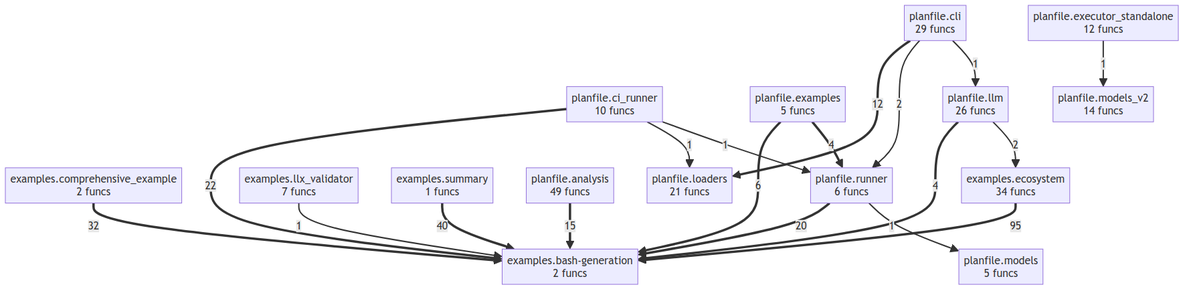
Above: project/compact_flow.png in semcod/planfile (Mermaid), before the change. Its source is kept beside it as project/compact_flow.mmd.
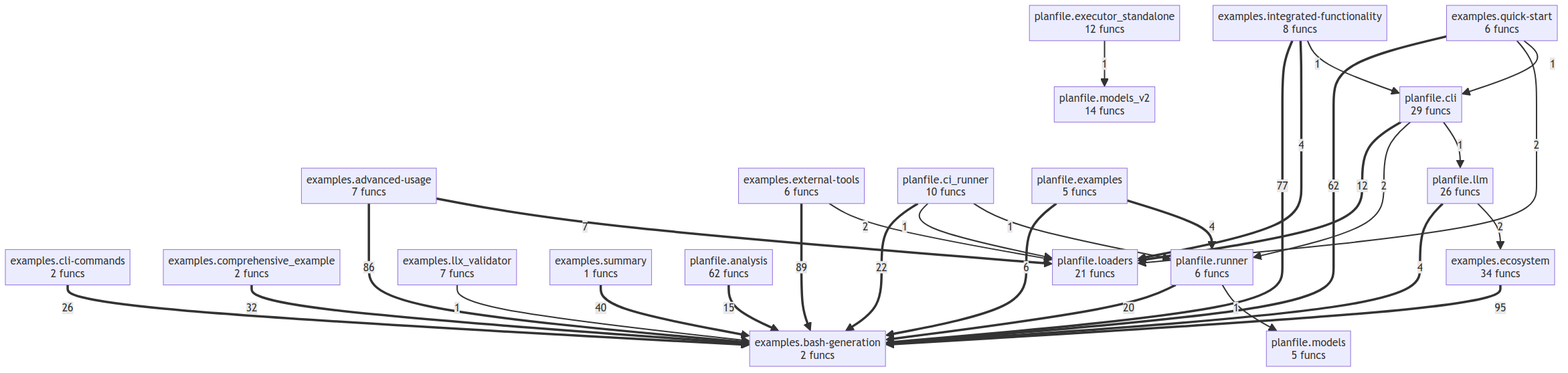
The same file after the commit.

Diff of the diagram source:
```diff
@@ -1,10 +1,15 @@
 flowchart TD
+    examples__advanced_usage["examples.advanced-usage<br/>7 funcs"]
     examples__bash_generation["examples.bash-generation<br/>2 funcs"]
+    examples__cli_commands["examples.cli-commands<br/>2 funcs"]
     examples__comprehensive_example["examples.comprehensive_example<br/>2 funcs"]
     examples__ecosystem["examples.ecosystem<br/>34 funcs"]
+    examples__external_tools["examples.external-tools<br/>6 funcs"]
+    examples__integrated_functionality["examples.integrated-functionality<br/>8 funcs"]
     examples__llx_validator["examples.llx_validator<br/>7 funcs"]
+    examples__quick_start["examples.quick-start<br/>6 funcs"]
     examples__summary["examples.summary<br/>1 funcs"]
-    planfile__analysis["planfile.analysis<br/>49 funcs"]
+    planfile__analysis["planfile.analysis<br/>62 funcs"]
     planfile__ci_runner["planfile.ci_runner<br/>10 funcs"]
     planfile__cli["planfile.cli<br/>29 funcs"]
     planfile__examples["planfile.examples<br/>5 funcs"]
@@ -15,20 +20,31 @@
     planfile__models_v2["planfile.models_v2<br/>14 funcs"]
     planfile__runner["planfile.runner<br/>6 funcs"]
     examples__ecosystem ==>|95| examples__bash_generation
+    examples__external_tools ==>|89| examples__bash_generation
+    examples__advanced_usage ==>|86| examples__bash_generation
+    examples__integrated_functionality ==>|77| examples__bash_generation
+    examples__quick_start ==>|62| examples__bash_generation
     examples__summary ==>|40| examples__bash_generation
     examples__comprehensive_example ==>|32| examples__bash_generation
+    examples__cli_commands ==>|26| examples__bash_generation
     planfile__ci_runner ==>|22| examples__bash_generation
     planfile__runner ==>|20| examples__bash_generation
     planfile__analysis ==>|15| examples__bash_generation
     planfile__cli ==>|12| planfile__loaders
+    examples__advanced_usage ==>|7| planfile__loaders
     planfile__examples ==>|6| examples__bash_generation
     planfile__examples ==>|4| planfile__runner
     planfile__llm ==>|4| examples__bash_generation
+    examples__integrated_functionality ==>|4| planfile__loaders
+    planfile__llm -->|2| examples__ecosystem
     planfile__cli -->|2| planfile__runner
-    planfile__llm -->|2| examples__ecosystem
+    examples__external_tools -->|2| planfile__loaders
+    examples__quick_start -->|2| planfile__loaders
+    examples__llx_validator -->|1| examples__bash_generation
     planfile__runner -->|1| planfile__models
-    examples__llx_validator -->|1| examples__bash_generation
     planfile__executor_standalone -->|1| planfile__models_v2
     planfile__ci_runner -->|1| planfile__loaders
     planfile__ci_runner -->|1| planfile__runner
     planfile__cli -->|1| planfile__llm
+    examples__integrated_functionality -->|1| planfile__cli
+    examples__quick_start -->|1| planfile__cli
```
